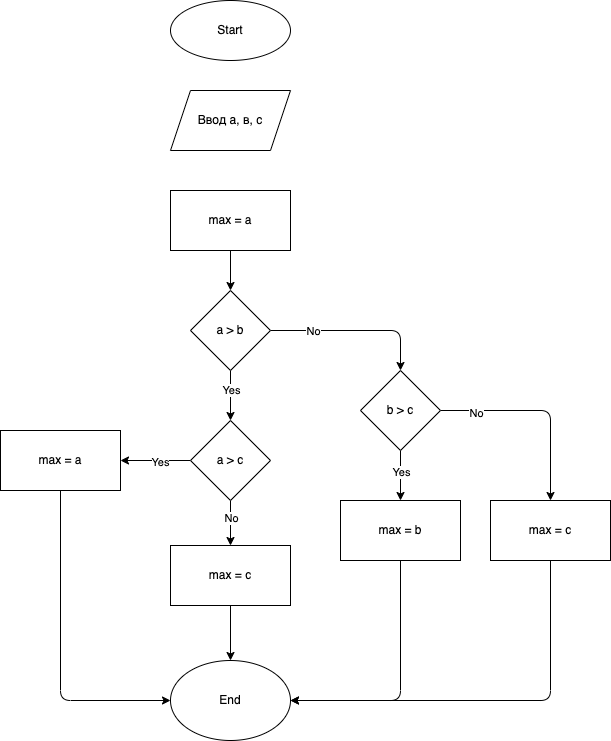
Earlier version of the draw.io export Lesson_1/Task_2/algorithm.drawio.png (goljen/HomeWork_C-). Source tidied: cells renumbered, new cells last; positions are measured from the earlier drawing's top-left corner, leaving out a move shared by most shapes. The source it was exported from:
```xml
<mxGraphModel>
  <root>
    <mxCell id="0" />
    <mxCell id="1" parent="0" />
    <mxCell id="2" value="Start" style="ellipse;whiteSpace=wrap;html=1;" parent="1" vertex="1">
      <mxGeometry x="170" width="120" height="60" as="geometry" />
    </mxCell>
    <mxCell id="3" value="Ввод а, в, с" style="shape=parallelogram;perimeter=parallelogramPerimeter;whiteSpace=wrap;html=1;fixedSize=1;" parent="1" vertex="1">
      <mxGeometry x="170" y="90" width="120" height="60" as="geometry" />
    </mxCell>
    <mxCell id="4" style="edgeStyle=none;html=1;" parent="1" edge="1" source="5" target="10">
      <mxGeometry relative="1" as="geometry" />
    </mxCell>
    <mxCell id="5" value="max = a" style="rounded=0;whiteSpace=wrap;html=1;" parent="1" vertex="1">
      <mxGeometry x="170" y="190" width="120" height="60" as="geometry" />
    </mxCell>
    <mxCell id="6" style="edgeStyle=none;html=1;" parent="1" edge="1" source="10" target="15">
      <mxGeometry relative="1" as="geometry" />
    </mxCell>
    <mxCell id="7" value="Yes" style="edgeLabel;html=1;align=center;verticalAlign=middle;" parent="6" vertex="1">
      <mxGeometry x="-0.24" relative="1" as="geometry" />
    </mxCell>
    <mxCell id="8" style="edgeStyle=orthogonalEdgeStyle;html=1;exitX=1;exitY=0.5;exitDx=0;exitDy=0;entryX=0.5;entryY=0;entryDx=0;entryDy=0;" parent="1" edge="1" source="10" target="24">
      <mxGeometry relative="1" as="geometry" />
    </mxCell>
    <mxCell id="9" value="No" style="edgeLabel;html=1;align=center;verticalAlign=middle;" parent="8" vertex="1">
      <mxGeometry x="-0.51" relative="1" as="geometry" />
    </mxCell>
    <mxCell id="10" value="a &amp;gt; b" style="rhombus;whiteSpace=wrap;html=1;" parent="1" vertex="1">
      <mxGeometry x="190" y="290" width="80" height="80" as="geometry" />
    </mxCell>
    <mxCell id="11" style="edgeStyle=none;html=1;" parent="1" edge="1" source="15" target="17">
      <mxGeometry relative="1" as="geometry" />
    </mxCell>
    <mxCell id="12" value="Yes" style="edgeLabel;html=1;align=center;verticalAlign=middle;" parent="11" vertex="1">
      <mxGeometry x="-0.11" y="1" relative="1" as="geometry" />
    </mxCell>
    <mxCell id="13" style="edgeStyle=none;html=1;" parent="1" edge="1" source="15" target="19">
      <mxGeometry relative="1" as="geometry" />
    </mxCell>
    <mxCell id="14" value="No" style="edgeLabel;html=1;align=center;verticalAlign=middle;" parent="13" vertex="1">
      <mxGeometry x="-0.24" relative="1" as="geometry" />
    </mxCell>
    <mxCell id="15" value="a &amp;gt; c" style="rhombus;whiteSpace=wrap;html=1;" parent="1" vertex="1">
      <mxGeometry x="190" y="420" width="80" height="80" as="geometry" />
    </mxCell>
    <mxCell id="16" style="edgeStyle=orthogonalEdgeStyle;html=1;exitX=0.5;exitY=1;exitDx=0;exitDy=0;entryX=0;entryY=0.5;entryDx=0;entryDy=0;" parent="1" edge="1" source="17" target="29">
      <mxGeometry relative="1" as="geometry" />
    </mxCell>
    <mxCell id="17" value="max = a" style="rounded=0;whiteSpace=wrap;html=1;" parent="1" vertex="1">
      <mxGeometry y="430" width="120" height="60" as="geometry" />
    </mxCell>
    <mxCell id="18" style="edgeStyle=orthogonalEdgeStyle;html=1;" parent="1" edge="1" source="19" target="29">
      <mxGeometry relative="1" as="geometry" />
    </mxCell>
    <mxCell id="19" value="max = c" style="rounded=0;whiteSpace=wrap;html=1;" parent="1" vertex="1">
      <mxGeometry x="170" y="545" width="120" height="60" as="geometry" />
    </mxCell>
    <mxCell id="20" style="edgeStyle=orthogonalEdgeStyle;html=1;" parent="1" edge="1" source="24" target="26">
      <mxGeometry relative="1" as="geometry" />
    </mxCell>
    <mxCell id="21" value="Yes" style="edgeLabel;html=1;align=center;verticalAlign=middle;" parent="20" vertex="1">
      <mxGeometry x="-0.15" relative="1" as="geometry" />
    </mxCell>
    <mxCell id="22" style="edgeStyle=orthogonalEdgeStyle;html=1;exitX=1;exitY=0.5;exitDx=0;exitDy=0;" parent="1" edge="1" source="24" target="28">
      <mxGeometry relative="1" as="geometry">
        <Array as="points">
          <mxPoint x="550" y="410" />
        </Array>
      </mxGeometry>
    </mxCell>
    <mxCell id="23" value="No" style="edgeLabel;html=1;align=center;verticalAlign=middle;" parent="22" vertex="1">
      <mxGeometry x="-0.65" y="-2" relative="1" as="geometry" />
    </mxCell>
    <mxCell id="24" value="b &amp;gt; c" style="rhombus;whiteSpace=wrap;html=1;" parent="1" vertex="1">
      <mxGeometry x="360" y="370" width="80" height="80" as="geometry" />
    </mxCell>
    <mxCell id="25" style="edgeStyle=orthogonalEdgeStyle;html=1;exitX=0.5;exitY=1;exitDx=0;exitDy=0;entryX=1;entryY=0.5;entryDx=0;entryDy=0;" parent="1" edge="1" source="26" target="29">
      <mxGeometry relative="1" as="geometry" />
    </mxCell>
    <mxCell id="26" value="max = b" style="rounded=0;whiteSpace=wrap;html=1;" parent="1" vertex="1">
      <mxGeometry x="340" y="500" width="120" height="60" as="geometry" />
    </mxCell>
    <mxCell id="27" style="edgeStyle=orthogonalEdgeStyle;html=1;exitX=0.5;exitY=1;exitDx=0;exitDy=0;entryX=1;entryY=0.5;entryDx=0;entryDy=0;" parent="1" edge="1" source="28" target="29">
      <mxGeometry relative="1" as="geometry" />
    </mxCell>
    <mxCell id="28" value="max = c" style="rounded=0;whiteSpace=wrap;html=1;" parent="1" vertex="1">
      <mxGeometry x="490" y="500" width="120" height="60" as="geometry" />
    </mxCell>
    <mxCell id="29" value="End" style="ellipse;whiteSpace=wrap;html=1;" parent="1" vertex="1">
      <mxGeometry x="170" y="660" width="120" height="80" as="geometry" />
    </mxCell>
  </root>
</mxGraphModel>
```
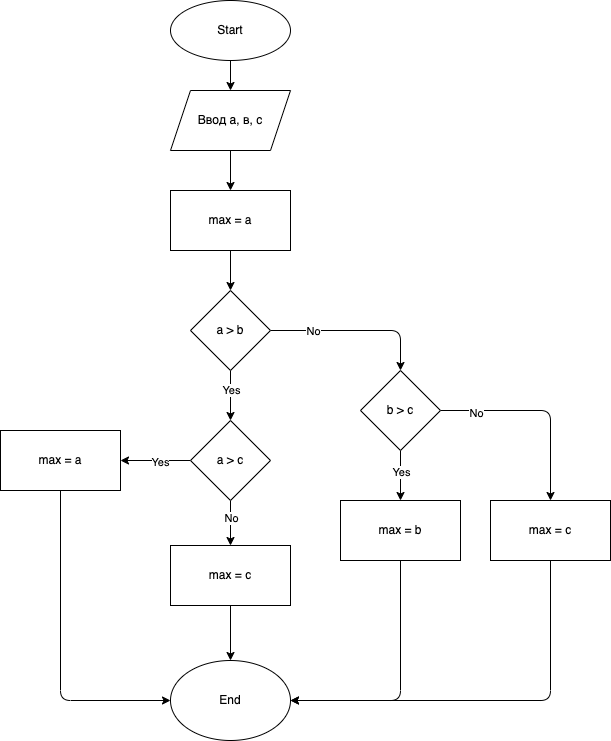
The same file after the commit.

The edit, as a diff of the source:
```diff
@@ -2,9 +2,15 @@
   <root>
     <mxCell id="0" />
     <mxCell id="1" parent="0" />
+    <mxCell id="30" style="edgeStyle=orthogonalEdgeStyle;html=1;" parent="1" edge="1" source="2" target="3">
+      <mxGeometry relative="1" as="geometry" />
+    </mxCell>
     <mxCell id="2" value="Start" style="ellipse;whiteSpace=wrap;html=1;" parent="1" vertex="1">
       <mxGeometry x="170" width="120" height="60" as="geometry" />
     </mxCell>
+    <mxCell id="31" style="edgeStyle=orthogonalEdgeStyle;html=1;" parent="1" edge="1" source="3" target="5">
+      <mxGeometry relative="1" as="geometry" />
+    </mxCell>
     <mxCell id="3" value="Ввод а, в, с" style="shape=parallelogram;perimeter=parallelogramPerimeter;whiteSpace=wrap;html=1;fixedSize=1;" parent="1" vertex="1">
       <mxGeometry x="170" y="90" width="120" height="60" as="geometry" />
     </mxCell>
```
